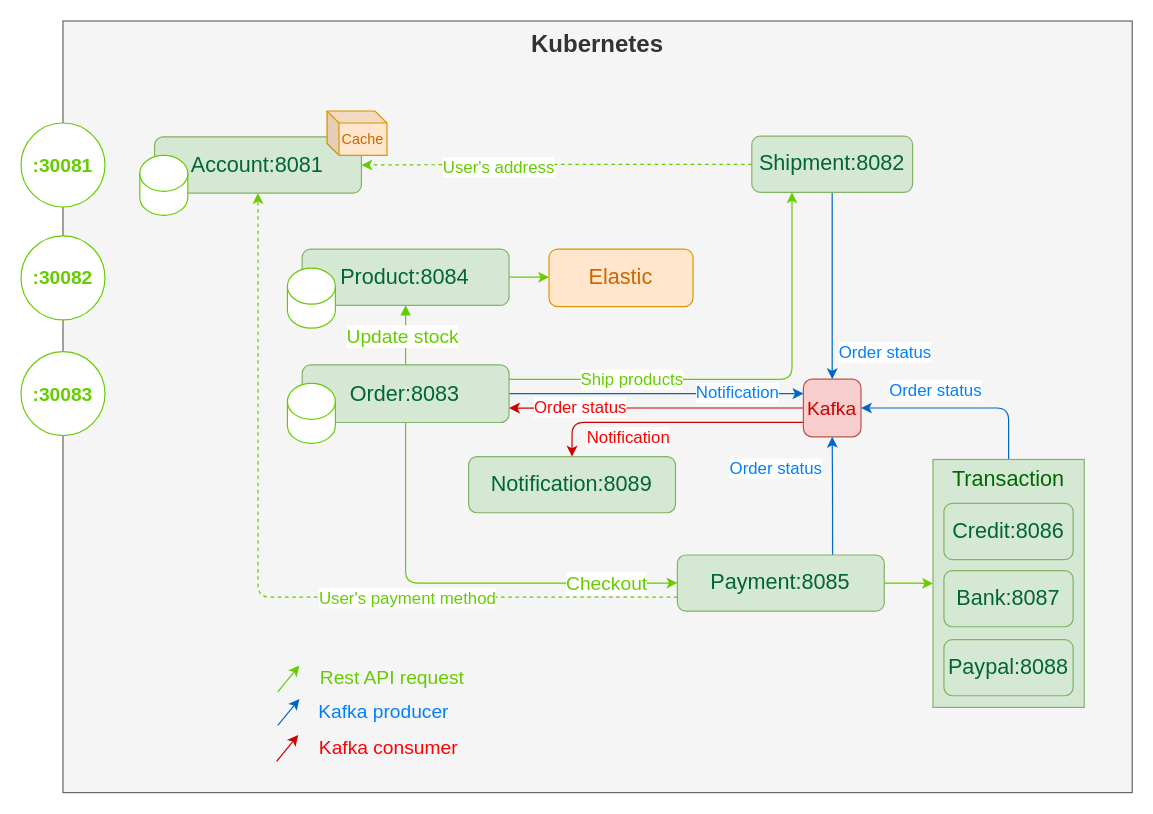
This is assignment.drawio from sainturb/miu-sa_rental-apartment, a draw.io file, before an edit. Source tidied: cells renumbered, new cells numbered last; positions are measured from the earlier drawing's top-left corner, leaving out a move shared by most shapes. Both pictures are drawn from the tidied source at 120%, with x=0, y=0 at pixel (20, 20).
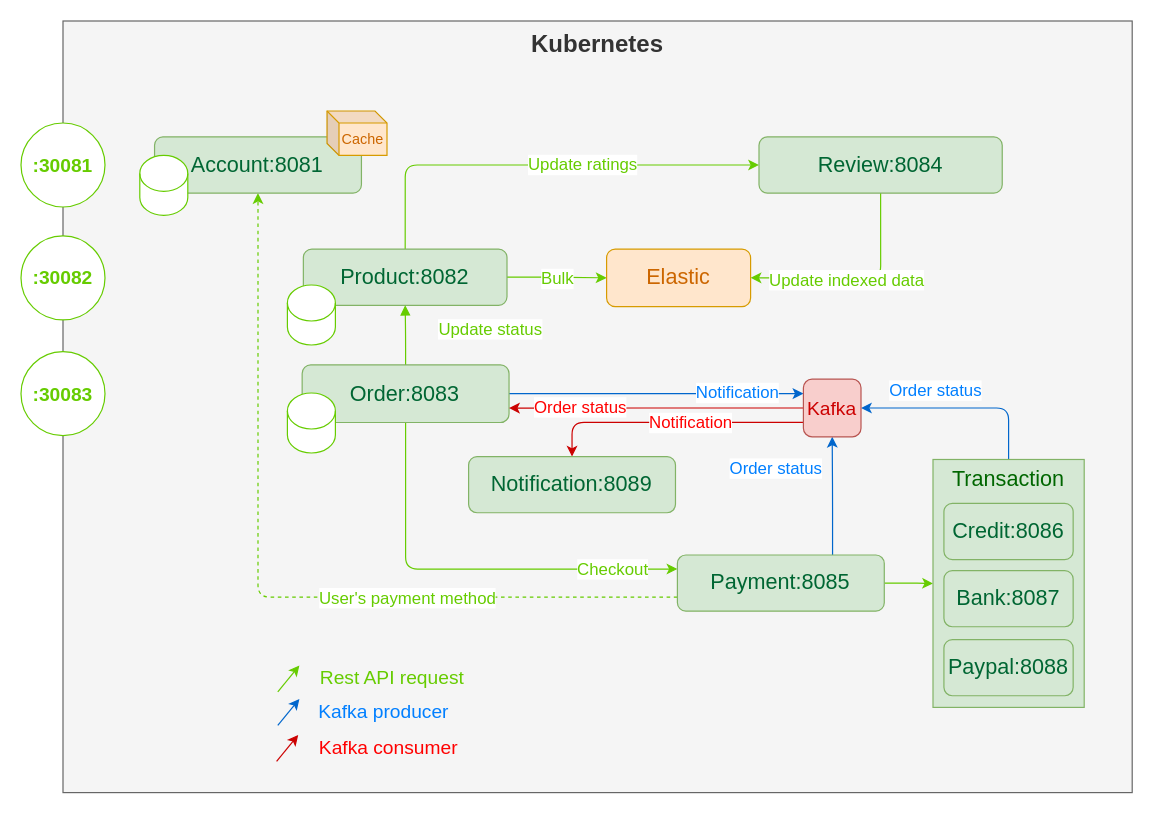
The same page after the edit.

The change refers to these unchanged cells:
```xml
<mxCell id="8" style="edgeStyle=orthogonalEdgeStyle;rounded=1;jettySize=auto;html=1;exitX=1;exitY=0.5;exitDx=0;exitDy=0;entryX=0;entryY=0.5;entryDx=0;entryDy=0;fontSize=18;fontColor=#007FFF;strokeColor=#66CC00;" parent="1" edge="1" source="9" target="32">
  <mxGeometry relative="1" as="geometry" />
</mxCell>
<mxCell id="10" style="edgeStyle=orthogonalEdgeStyle;rounded=1;jettySize=auto;html=1;exitX=0.5;exitY=0;exitDx=0;exitDy=0;entryX=0.5;entryY=1;entryDx=0;entryDy=0;strokeColor=#66CC00;fontSize=16;fontColor=#66CC00;startArrow=none;startFill=0;endArrow=block;endFill=1;" parent="1" edge="1" source="18" target="9">
  <mxGeometry relative="1" as="geometry" />
</mxCell>
<mxCell id="18" value="Order:8083" style="rounded=1;whiteSpace=wrap;html=1;fillColor=#d5e8d4;strokeColor=#82b366;fontSize=18;fontColor=#006633;fontStyle=0;" parent="1" vertex="1">
  <mxGeometry x="234.3" y="286.6" width="172.4" height="48" as="geometry" />
</mxCell>
<mxCell id="25" value="Payment:8085" style="rounded=1;whiteSpace=wrap;html=1;fillColor=#d5e8d4;strokeColor=#82b366;fontSize=18;fontColor=#006633;fontStyle=0;" parent="1" vertex="1">
  <mxGeometry x="547" y="445" width="172.4" height="46.8" as="geometry" />
</mxCell>
<mxCell id="38" style="edgeStyle=orthogonalEdgeStyle;rounded=1;jettySize=auto;html=1;exitX=0.5;exitY=0;exitDx=0;exitDy=0;entryX=0;entryY=0.75;entryDx=0;entryDy=0;fontSize=16;fontColor=#66CC00;startArrow=classic;startFill=1;strokeColor=#CC0000;endArrow=none;endFill=0;" parent="1" edge="1" source="40" target="41">
  <mxGeometry relative="1" as="geometry">
    <Array as="points">
      <mxPoint x="459" y="335" />
      <mxPoint x="652" y="335" />
    </Array>
  </mxGeometry>
</mxCell>
<mxCell id="41" value="Kafka" style="rounded=1;whiteSpace=wrap;html=1;fontSize=16;fillColor=#f8cecc;strokeColor=#b85450;fontColor=#CC0000;" parent="1" vertex="1">
  <mxGeometry x="652" y="298.5" width="48" height="48" as="geometry" />
</mxCell>
<mxCell id="50" value="Account:8081" style="rounded=1;whiteSpace=wrap;html=1;fillColor=#d5e8d4;strokeColor=#82b366;fontSize=18;fontColor=#006633;fontStyle=0;" parent="49" vertex="1">
  <mxGeometry x="12.3" y="21.6" width="172.4" height="46.8" as="geometry" />
</mxCell>
```

The edit, as a diff of the source:
```diff
@@
-    <mxCell id="3" style="edgeStyle=orthogonalEdgeStyle;rounded=1;jettySize=auto;html=1;exitX=0.5;exitY=1;exitDx=0;exitDy=0;strokeColor=#0066CC;entryX=0.5;entryY=0;entryDx=0;entryDy=0;" parent="1" edge="1" source="7" target="41">
-      <mxGeometry relative="1" as="geometry" />
-    </mxCell>
-    <mxCell id="4" value="Order status" style="edgeLabel;html=1;align=center;verticalAlign=middle;fontColor=#007FFF;fontSize=14;" parent="3" vertex="1">
-      <mxGeometry x="-0.06" relative="1" as="geometry">
-        <mxPoint x="43" y="60" as="offset" />
-      </mxGeometry>
-    </mxCell>
-    <mxCell id="5" style="edgeStyle=orthogonalEdgeStyle;rounded=1;jettySize=auto;html=1;exitX=0;exitY=0.5;exitDx=0;exitDy=0;entryX=1;entryY=0.5;entryDx=0;entryDy=0;dashed=1;fontSize=14;fontColor=#66CC00;startArrow=none;startFill=0;endArrow=classic;endFill=1;strokeColor=#66CC00;" parent="1" edge="1" source="7" target="50">
-      <mxGeometry relative="1" as="geometry" />
-    </mxCell>
-    <mxCell id="6" value="User's address" style="edgeLabel;html=1;align=center;verticalAlign=middle;fontSize=14;fontColor=#66CC00;" parent="5" vertex="1">
-      <mxGeometry x="0.3" y="1" relative="1" as="geometry" />
-    </mxCell>
-    <mxCell id="7" value="Shipment:8082" style="rounded=1;whiteSpace=wrap;html=1;fillColor=#d5e8d4;strokeColor=#82b366;fontSize=18;fontColor=#006633;fontStyle=0;" parent="1" vertex="1">
-      <mxGeometry x="609" y="96" width="134" height="46.8" as="geometry" />
-    </mxCell>
@@
+    <mxCell id="53" value="Bulk" style="edgeLabel;html=1;align=center;verticalAlign=middle;fontSize=14;fontColor=#66CC00;" parent="8" vertex="1">
+      <mxGeometry relative="1" as="geometry" />
+    </mxCell>
+    <mxCell id="54" style="edgeStyle=orthogonalEdgeStyle;rounded=1;jettySize=auto;html=1;exitX=0.5;exitY=0;exitDx=0;exitDy=0;entryX=0;entryY=0.5;entryDx=0;entryDy=0;strokeColor=#66CC00;" parent="1" edge="1" source="9" target="58">
+      <mxGeometry relative="1" as="geometry" />
+    </mxCell>
+    <mxCell id="55" value="Update ratings" style="edgeLabel;html=1;align=center;verticalAlign=middle;fontSize=14;fontColor=#66CC00;" parent="54" vertex="1">
+      <mxGeometry x="0.19" y="1" relative="1" as="geometry" />
+    </mxCell>
-    <mxCell id="9" value="Product:8084" style="rounded=1;whiteSpace=wrap;html=1;fillColor=#d5e8d4;strokeColor=#82b366;fontSize=18;fontColor=#006633;fontStyle=0;" parent="1" vertex="1">
-      <mxGeometry x="234.3" y="190.1" width="172.4" height="46.8" as="geometry" />
+    <mxCell id="9" value="Product:8082" style="rounded=1;whiteSpace=wrap;html=1;fillColor=#d5e8d4;strokeColor=#82b366;fontSize=18;fontColor=#006633;fontStyle=0;" parent="1" vertex="1">
+      <mxGeometry x="235.3" y="190.1" width="169.7" height="46.8" as="geometry" />
     </mxCell>
@@
-    <mxCell id="11" value="Update stock" style="edgeLabel;html=1;align=center;verticalAlign=middle;fontSize=16;fontColor=#66CC00;" parent="10" vertex="1">
+    <mxCell id="11" value="Update status" style="edgeLabel;html=1;align=center;verticalAlign=middle;fontSize=14;fontColor=#66CC00;" parent="10" vertex="1">
       <mxGeometry x="0.02" y="-1" relative="1" as="geometry">
-        <mxPoint x="-4" y="1" as="offset" />
+        <mxPoint x="69" y="-4" as="offset" />
       </mxGeometry>
     </mxCell>
@@
-    <mxCell id="14" style="edgeStyle=orthogonalEdgeStyle;rounded=1;jettySize=auto;html=1;exitX=0.5;exitY=1;exitDx=0;exitDy=0;entryX=0;entryY=0.5;entryDx=0;entryDy=0;fontSize=16;fontColor=#66CC00;startArrow=none;startFill=0;strokeColor=#66CC00;" parent="1" edge="1" source="18" target="25">
+    <mxCell id="14" style="edgeStyle=orthogonalEdgeStyle;rounded=1;jettySize=auto;html=1;exitX=0.5;exitY=1;exitDx=0;exitDy=0;entryX=0;entryY=0.25;entryDx=0;entryDy=0;fontSize=16;fontColor=#66CC00;startArrow=none;startFill=0;strokeColor=#66CC00;" parent="1" edge="1" source="18" target="25">
       <mxGeometry relative="1" as="geometry" />
     </mxCell>
-    <mxCell id="15" value="Checkout" style="edgeLabel;html=1;align=center;verticalAlign=middle;fontSize=16;fontColor=#66CC00;" parent="14" vertex="1">
+    <mxCell id="15" value="Checkout" style="edgeLabel;html=1;align=center;verticalAlign=middle;fontSize=14;fontColor=#66CC00;" parent="14" vertex="1">
       <mxGeometry x="0.2" y="-1" relative="1" as="geometry">
         <mxPoint x="85" y="-1" as="offset" />
       </mxGeometry>
     </mxCell>
-    <mxCell id="16" style="edgeStyle=orthogonalEdgeStyle;rounded=1;jettySize=auto;html=1;exitX=1;exitY=0.25;exitDx=0;exitDy=0;entryX=0.25;entryY=1;entryDx=0;entryDy=0;fontSize=16;fontColor=#66CC00;startArrow=none;startFill=0;endArrow=classic;endFill=1;strokeColor=#66CC00;" parent="1" edge="1" source="18" target="7">
-      <mxGeometry relative="1" as="geometry" />
-    </mxCell>
-    <mxCell id="17" value="Ship products" style="edgeLabel;html=1;align=center;verticalAlign=middle;fontSize=14;fontColor=#66CC00;" parent="16" vertex="1">
-      <mxGeometry x="-0.62" relative="1" as="geometry">
-        <mxPoint x="28" as="offset" />
-      </mxGeometry>
-    </mxCell>
@@
     <mxCell id="26" style="shape=cylinder3;whiteSpace=wrap;html=1;boundedLbl=1;backgroundOutline=1;size=15;strokeColor=#66CC00;" parent="1" vertex="1">
-      <mxGeometry x="222" y="206" width="40" height="50" as="geometry" />
+      <mxGeometry x="222" y="220" width="40" height="50" as="geometry" />
     </mxCell>
     <mxCell id="27" style="shape=cylinder3;whiteSpace=wrap;html=1;boundedLbl=1;backgroundOutline=1;size=15;strokeColor=#66CC00;" parent="1" vertex="1">
-      <mxGeometry x="222" y="302" width="40" height="50" as="geometry" />
+      <mxGeometry x="222" y="310" width="40" height="50" as="geometry" />
     </mxCell>
@@
     <mxCell id="32" value="&lt;font style=&quot;font-size: 18px;&quot;&gt;Elastic&lt;/font&gt;" style="rounded=1;whiteSpace=wrap;html=1;fillColor=#ffe6cc;strokeColor=#d79b00;fontColor=#CC6600;" parent="1" vertex="1">
-      <mxGeometry x="440" y="190.1" width="120" height="47.9" as="geometry" />
+      <mxGeometry x="488" y="190.1" width="120" height="47.9" as="geometry" />
     </mxCell>
@@
     <mxCell id="39" value="Notification" style="edgeLabel;html=1;align=center;verticalAlign=middle;fontSize=14;fontColor=#FF0000;" parent="38" vertex="1">
       <mxGeometry x="-0.15" y="1" relative="1" as="geometry">
-        <mxPoint x="-19" y="13" as="offset" />
+        <mxPoint x="33" y="1" as="offset" />
       </mxGeometry>
     </mxCell>
@@
+    <mxCell id="56" style="edgeStyle=orthogonalEdgeStyle;rounded=1;jettySize=auto;html=1;exitX=0.5;exitY=1;exitDx=0;exitDy=0;entryX=1;entryY=0.5;entryDx=0;entryDy=0;strokeColor=#66CC00;" parent="1" edge="1" source="58" target="32">
+      <mxGeometry relative="1" as="geometry" />
+    </mxCell>
+    <mxCell id="57" value="Update indexed data" style="edgeLabel;html=1;align=center;verticalAlign=middle;fontSize=14;fontColor=#66CC00;" parent="56" vertex="1">
+      <mxGeometry x="0.12" y="1" relative="1" as="geometry" />
+    </mxCell>
+    <mxCell id="58" value="Review:8084" style="rounded=1;whiteSpace=wrap;html=1;fillColor=#d5e8d4;strokeColor=#82b366;fontSize=18;fontColor=#006633;fontStyle=0;" parent="1" vertex="1">
+      <mxGeometry x="615" y="96.6" width="202.7" height="46.8" as="geometry" />
+    </mxCell>
```
